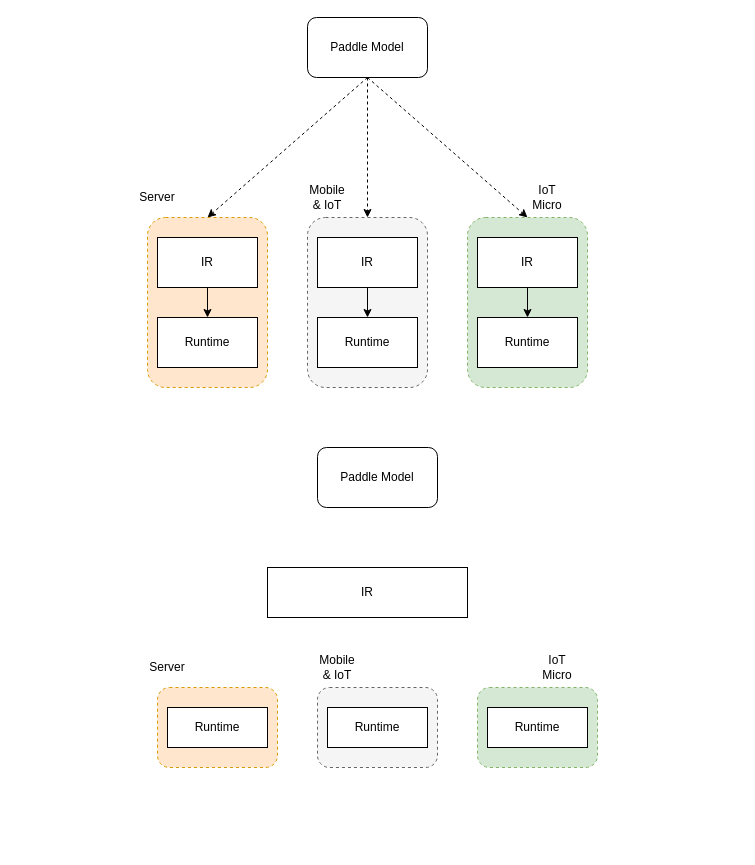
Before: CINNRT-heavy-IR-light-runtime-design.drawio in Superjomn/_tmp_images, a draw.io diagram. Source tidied: cells renumbered, new cells numbered last; positions are measured from the earlier drawing's top-left corner, leaving out a move shared by most shapes. Both pictures are drawn from the tidied source at 100%, with x=0, y=0 at pixel (137, 17).
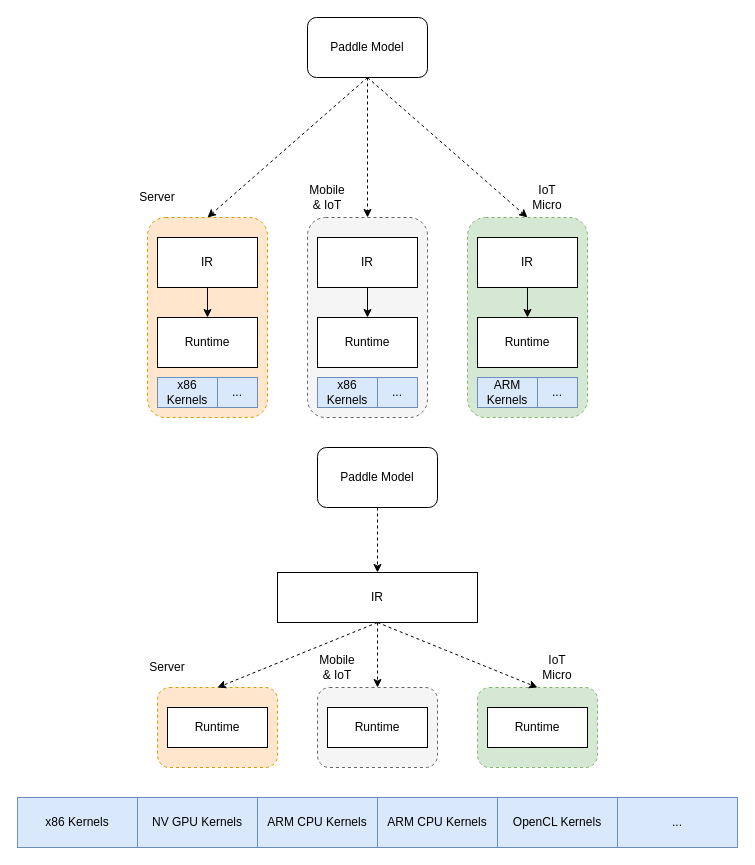
After the change.

Unchanged cells that the change refers to:
```xml
<mxCell id="21" value="Paddle Model" style="rounded=1;whiteSpace=wrap;html=1;" parent="1" vertex="1">
  <mxGeometry x="180" y="430" width="120" height="60" as="geometry" />
</mxCell>
<mxCell id="22" style="rounded=1;whiteSpace=wrap;html=1;dashed=1;fillColor=#ffe6cc;strokeColor=#d79b00;" parent="1" vertex="1">
  <mxGeometry x="20" y="670" width="120" height="80" as="geometry" />
</mxCell>
<mxCell id="23" style="rounded=1;whiteSpace=wrap;html=1;dashed=1;fillColor=#f5f5f5;strokeColor=#666666;fontColor=#333333;" parent="1" vertex="1">
  <mxGeometry x="180" y="670" width="120" height="80" as="geometry" />
</mxCell>
<mxCell id="24" style="rounded=1;whiteSpace=wrap;html=1;dashed=1;fillColor=#d5e8d4;strokeColor=#82b366;" parent="1" vertex="1">
  <mxGeometry x="340" y="670" width="120" height="80" as="geometry" />
</mxCell>
```

Change to the diagram source:
```diff
@@
     <mxCell id="6" style="rounded=1;whiteSpace=wrap;html=1;dashed=1;fillColor=#ffe6cc;strokeColor=#d79b00;" parent="1" vertex="1">
-      <mxGeometry x="10" y="200" width="120" height="170" as="geometry" />
+      <mxGeometry x="10" y="200" width="120" height="200" as="geometry" />
     </mxCell>
     <mxCell id="7" style="rounded=1;whiteSpace=wrap;html=1;dashed=1;fillColor=#f5f5f5;strokeColor=#666666;fontColor=#333333;" parent="1" vertex="1">
-      <mxGeometry x="170" y="200" width="120" height="170" as="geometry" />
+      <mxGeometry x="170" y="200" width="120" height="200" as="geometry" />
     </mxCell>
     <mxCell id="8" style="rounded=1;whiteSpace=wrap;html=1;dashed=1;fillColor=#d5e8d4;strokeColor=#82b366;" parent="1" vertex="1">
-      <mxGeometry x="330" y="200" width="120" height="170" as="geometry" />
+      <mxGeometry x="330" y="200" width="120" height="200" as="geometry" />
     </mxCell>
@@
+    <mxCell id="32" style="edgeStyle=none;rounded=0;jettySize=auto;html=1;exitX=0.5;exitY=1;exitDx=0;exitDy=0;entryX=0.5;entryY=0;entryDx=0;entryDy=0;dashed=1;" parent="1" edge="1" source="21" target="29">
+      <mxGeometry relative="1" as="geometry" />
+    </mxCell>
@@
+    <mxCell id="33" style="edgeStyle=none;rounded=0;jettySize=auto;html=1;exitX=0.5;exitY=1;exitDx=0;exitDy=0;entryX=0.5;entryY=0;entryDx=0;entryDy=0;dashed=1;" parent="1" edge="1" source="29" target="22">
+      <mxGeometry relative="1" as="geometry" />
+    </mxCell>
+    <mxCell id="34" style="edgeStyle=none;rounded=0;jettySize=auto;html=1;exitX=0.5;exitY=1;exitDx=0;exitDy=0;entryX=0.5;entryY=0;entryDx=0;entryDy=0;dashed=1;" parent="1" edge="1" source="29" target="23">
+      <mxGeometry relative="1" as="geometry" />
+    </mxCell>
+    <mxCell id="35" style="edgeStyle=none;rounded=0;jettySize=auto;html=1;exitX=0.5;exitY=1;exitDx=0;exitDy=0;entryX=0.5;entryY=0;entryDx=0;entryDy=0;dashed=1;" parent="1" edge="1" source="29" target="24">
+      <mxGeometry relative="1" as="geometry" />
+    </mxCell>
     <mxCell id="29" value="IR" style="rounded=0;whiteSpace=wrap;html=1;" parent="1" vertex="1">
-      <mxGeometry x="130" y="550" width="200" height="50" as="geometry" />
+      <mxGeometry x="140" y="555" width="200" height="50" as="geometry" />
     </mxCell>
@@
+    <mxCell id="36" style="group;fillColor=#dae8fc;strokeColor=#6c8ebf;" parent="1" vertex="1">
+      <mxGeometry x="-120" y="780" width="720" height="50" as="geometry" />
+    </mxCell>
+    <mxCell id="37" value="x86 Kernels" style="rounded=0;whiteSpace=wrap;html=1;fillColor=#dae8fc;strokeColor=#6c8ebf;" parent="36" vertex="1">
+      <mxGeometry width="120" height="50" as="geometry" />
+    </mxCell>
+    <mxCell id="38" value="NV GPU Kernels" style="rounded=0;whiteSpace=wrap;html=1;fillColor=#dae8fc;strokeColor=#6c8ebf;" parent="36" vertex="1">
+      <mxGeometry x="120" width="120" height="50" as="geometry" />
+    </mxCell>
+    <mxCell id="39" value="ARM CPU Kernels" style="rounded=0;whiteSpace=wrap;html=1;fillColor=#dae8fc;strokeColor=#6c8ebf;" parent="36" vertex="1">
+      <mxGeometry x="240" width="120" height="50" as="geometry" />
+    </mxCell>
+    <mxCell id="40" value="ARM CPU Kernels" style="rounded=0;whiteSpace=wrap;html=1;fillColor=#dae8fc;strokeColor=#6c8ebf;" parent="36" vertex="1">
+      <mxGeometry x="360" width="120" height="50" as="geometry" />
+    </mxCell>
+    <mxCell id="41" value="OpenCL Kernels" style="rounded=0;whiteSpace=wrap;html=1;fillColor=#dae8fc;strokeColor=#6c8ebf;" parent="36" vertex="1">
+      <mxGeometry x="480" width="120" height="50" as="geometry" />
+    </mxCell>
+    <mxCell id="42" value="..." style="rounded=0;whiteSpace=wrap;html=1;fillColor=#dae8fc;strokeColor=#6c8ebf;" parent="36" vertex="1">
+      <mxGeometry x="600" width="120" height="50" as="geometry" />
+    </mxCell>
+    <mxCell id="43" value="x86 Kernels" style="rounded=0;whiteSpace=wrap;html=1;fillColor=#dae8fc;strokeColor=#6c8ebf;" parent="1" vertex="1">
+      <mxGeometry x="20" y="360" width="60" height="30" as="geometry" />
+    </mxCell>
+    <mxCell id="44" value="..." style="rounded=0;whiteSpace=wrap;html=1;fillColor=#dae8fc;strokeColor=#6c8ebf;" parent="1" vertex="1">
+      <mxGeometry x="80" y="360" width="40" height="30" as="geometry" />
+    </mxCell>
+    <mxCell id="45" value="x86 Kernels" style="rounded=0;whiteSpace=wrap;html=1;fillColor=#dae8fc;strokeColor=#6c8ebf;" parent="1" vertex="1">
+      <mxGeometry x="180" y="360" width="60" height="30" as="geometry" />
+    </mxCell>
+    <mxCell id="46" value="..." style="rounded=0;whiteSpace=wrap;html=1;fillColor=#dae8fc;strokeColor=#6c8ebf;" parent="1" vertex="1">
+      <mxGeometry x="240" y="360" width="40" height="30" as="geometry" />
+    </mxCell>
+    <mxCell id="47" value="ARM Kernels" style="rounded=0;whiteSpace=wrap;html=1;fillColor=#dae8fc;strokeColor=#6c8ebf;" parent="1" vertex="1">
+      <mxGeometry x="340" y="360" width="60" height="30" as="geometry" />
+    </mxCell>
+    <mxCell id="48" value="..." style="rounded=0;whiteSpace=wrap;html=1;fillColor=#dae8fc;strokeColor=#6c8ebf;" parent="1" vertex="1">
+      <mxGeometry x="400" y="360" width="40" height="30" as="geometry" />
+    </mxCell>
```
